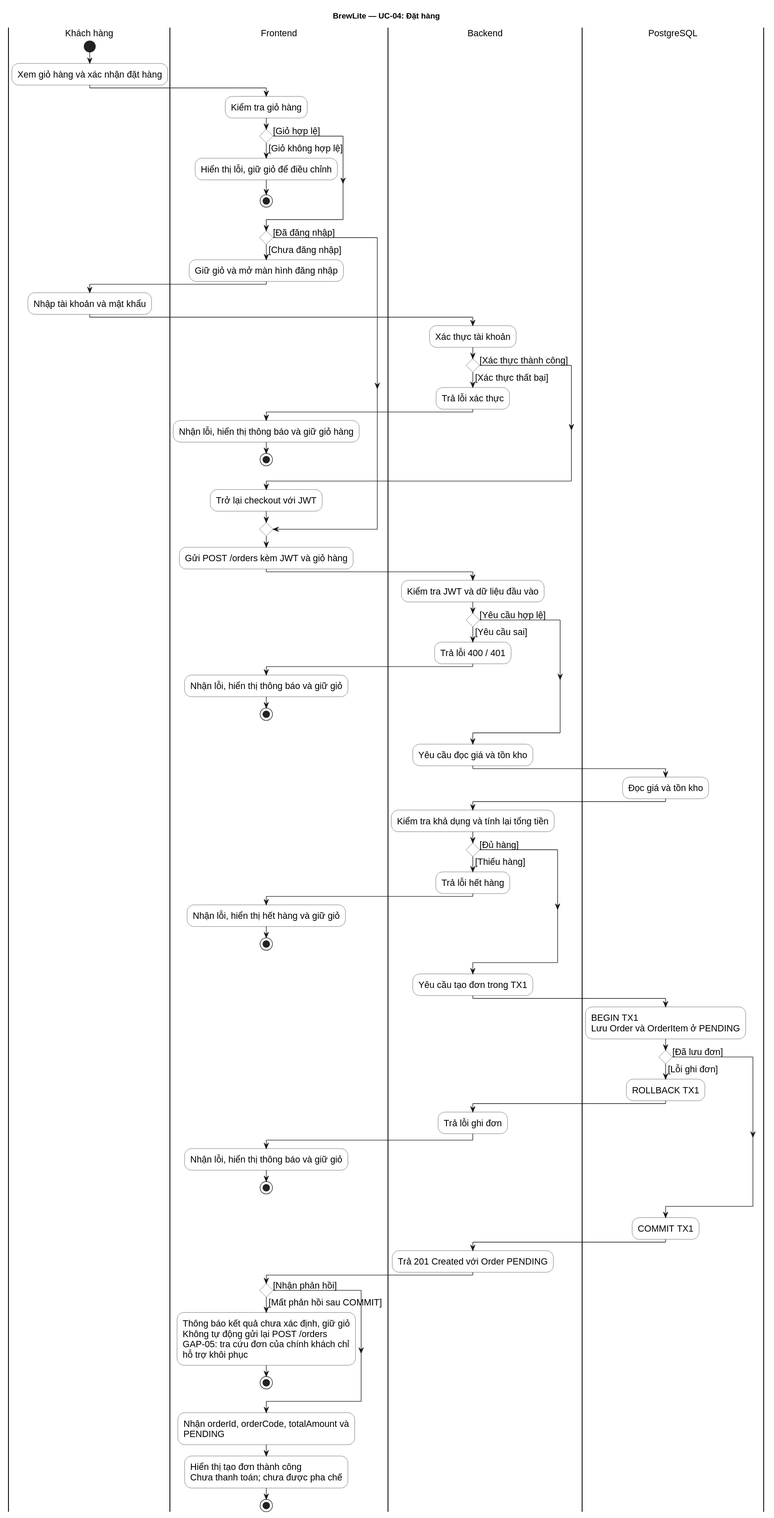
Earlier version of the PlantUML export docs/diagram/ActivityDiagram.svg (vohuunghiaah/brewlite).
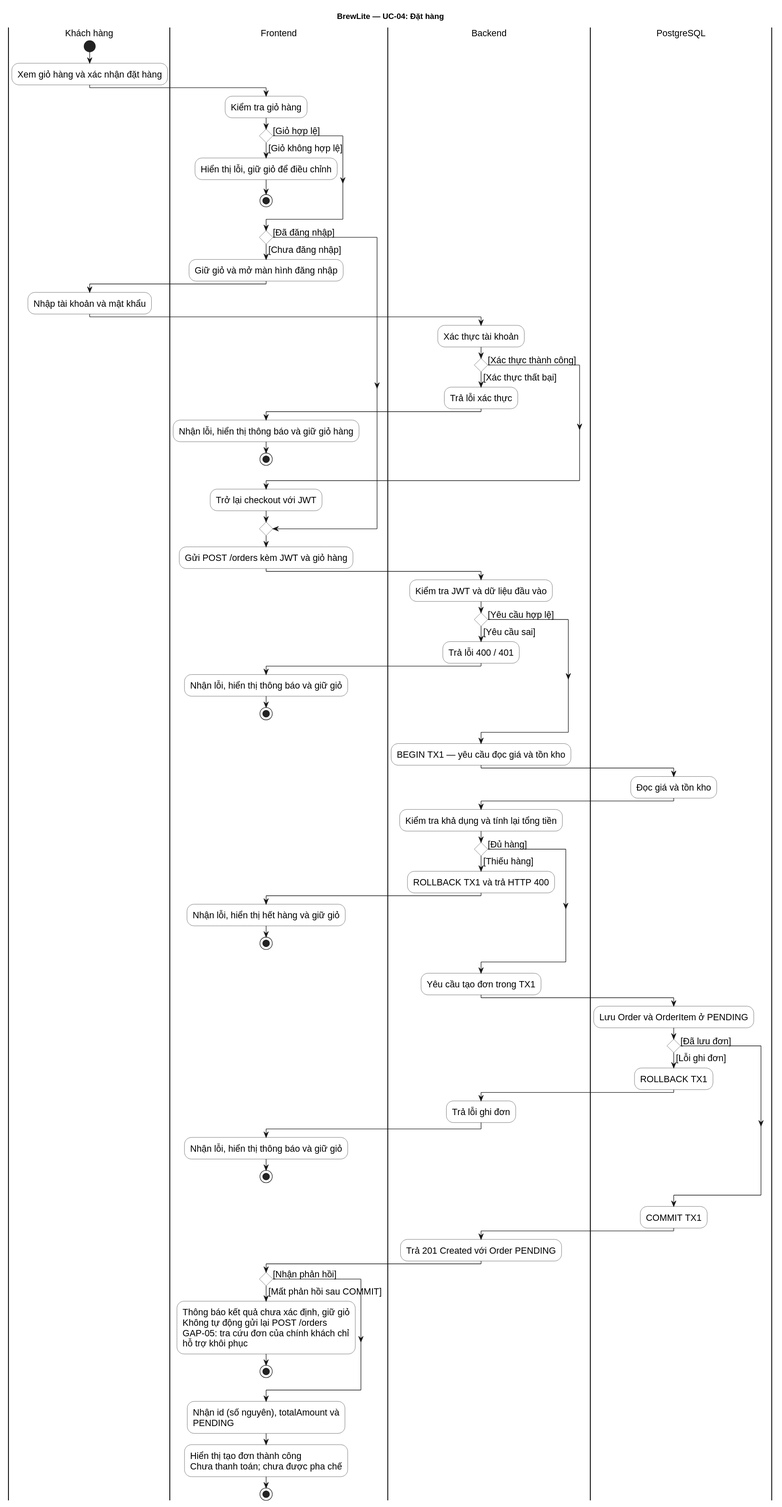
Above is the later version.

The edit, as a diff of the source:
```diff
@@ -47,13 +47,13 @@
 else ([Yêu cầu hợp lệ])
 endif
 |Backend|
-:Yêu cầu đọc giá và tồn kho;
+:BEGIN TX1 — yêu cầu đọc giá và tồn kho;
 |PostgreSQL|
 :Đọc giá và tồn kho;
 |Backend|
 :Kiểm tra khả dụng và tính lại tổng tiền;
 if () then ([Thiếu hàng])
-:Trả lỗi hết hàng;
+:ROLLBACK TX1 và trả HTTP 400;
 |Frontend|
 :Nhận lỗi, hiển thị hết hàng và giữ giỏ;
 stop
@@ -62,7 +62,7 @@
 |Backend|
 :Yêu cầu tạo đơn trong TX1;
 |PostgreSQL|
-:BEGIN TX1\nLưu Order và OrderItem ở PENDING;
+:Lưu Order và OrderItem ở PENDING;
 if () then ([Lỗi ghi đơn])
 :ROLLBACK TX1;
 |Backend|
@@ -84,7 +84,7 @@
 stop
 else ([Nhận phản hồi])
 endif
-:Nhận orderId, orderCode, totalAmount và PENDING;
+:Nhận id (số nguyên), totalAmount và PENDING;
 :Hiển thị tạo đơn thành công\nChưa thanh toán; chưa được pha chế;
 stop
 @enduml
```
